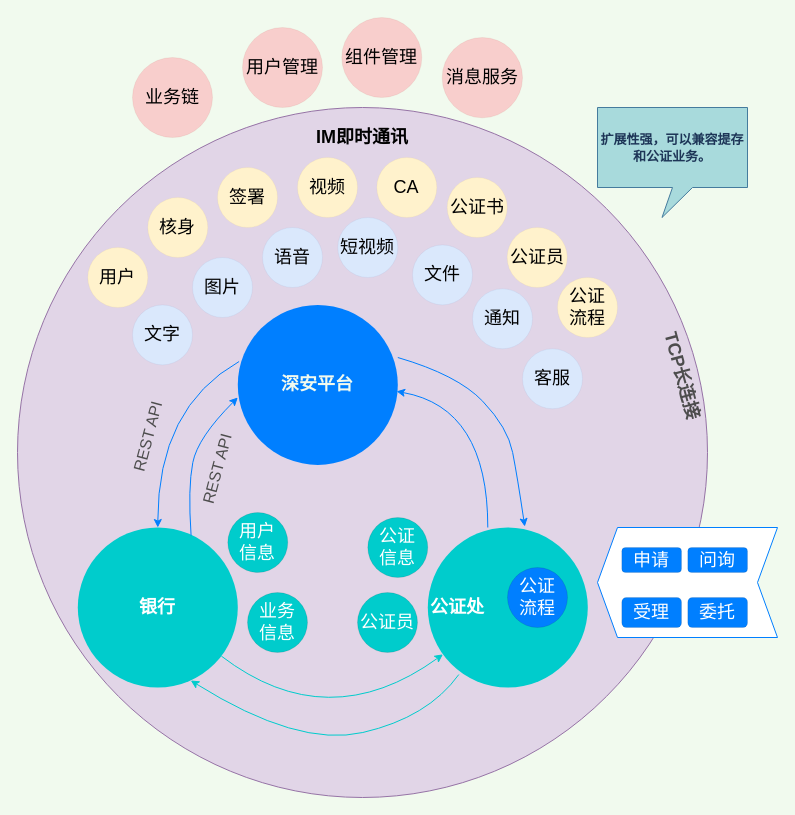
Earlier version of the draw.io diagram page "完善赋强讨论" (2 of 2) of 赋强创新思路.drawio (wuyongfeng/wuyongfeng). Source tidied: cells renumbered, new cells numbered last; positions are measured from the earlier drawing's top-left corner, leaving out a move shared by most shapes. Both pictures are drawn from the tidied source at 100%, with x=0, y=0 at pixel (17, 17).
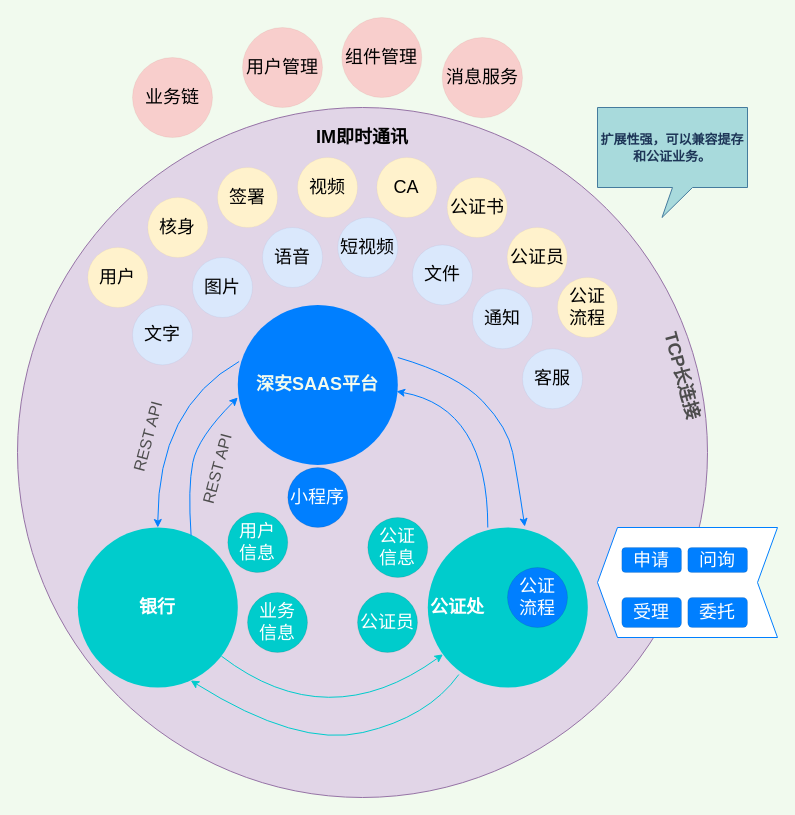
The same page after the edit.

What changed in the source:
```diff
@@
-    <mxCell id="4" value="深安平台" style="ellipse;whiteSpace=wrap;html=1;fillColor=#007FFF;fontColor=#F1FAEE;strokeColor=none;fontStyle=1;fontSize=18;" parent="1" vertex="1">
+    <mxCell id="4" value="深安SAAS平台" style="ellipse;whiteSpace=wrap;html=1;fillColor=#007FFF;fontColor=#F1FAEE;strokeColor=none;fontStyle=1;fontSize=18;" parent="1" vertex="1">
       <mxGeometry x="220.3" y="287.4" width="160" height="160" as="geometry" />
     </mxCell>
@@
+    <mxCell id="47" value="小程序" style="ellipse;whiteSpace=wrap;html=1;shadow=0;sketch=0;fontSize=18;fontColor=#FFFFFF;strokeColor=default;strokeWidth=0;fillColor=#007FFF;gradientColor=none;" parent="1" vertex="1">
+      <mxGeometry x="270.3" y="450" width="60" height="60" as="geometry" />
+    </mxCell>
```
